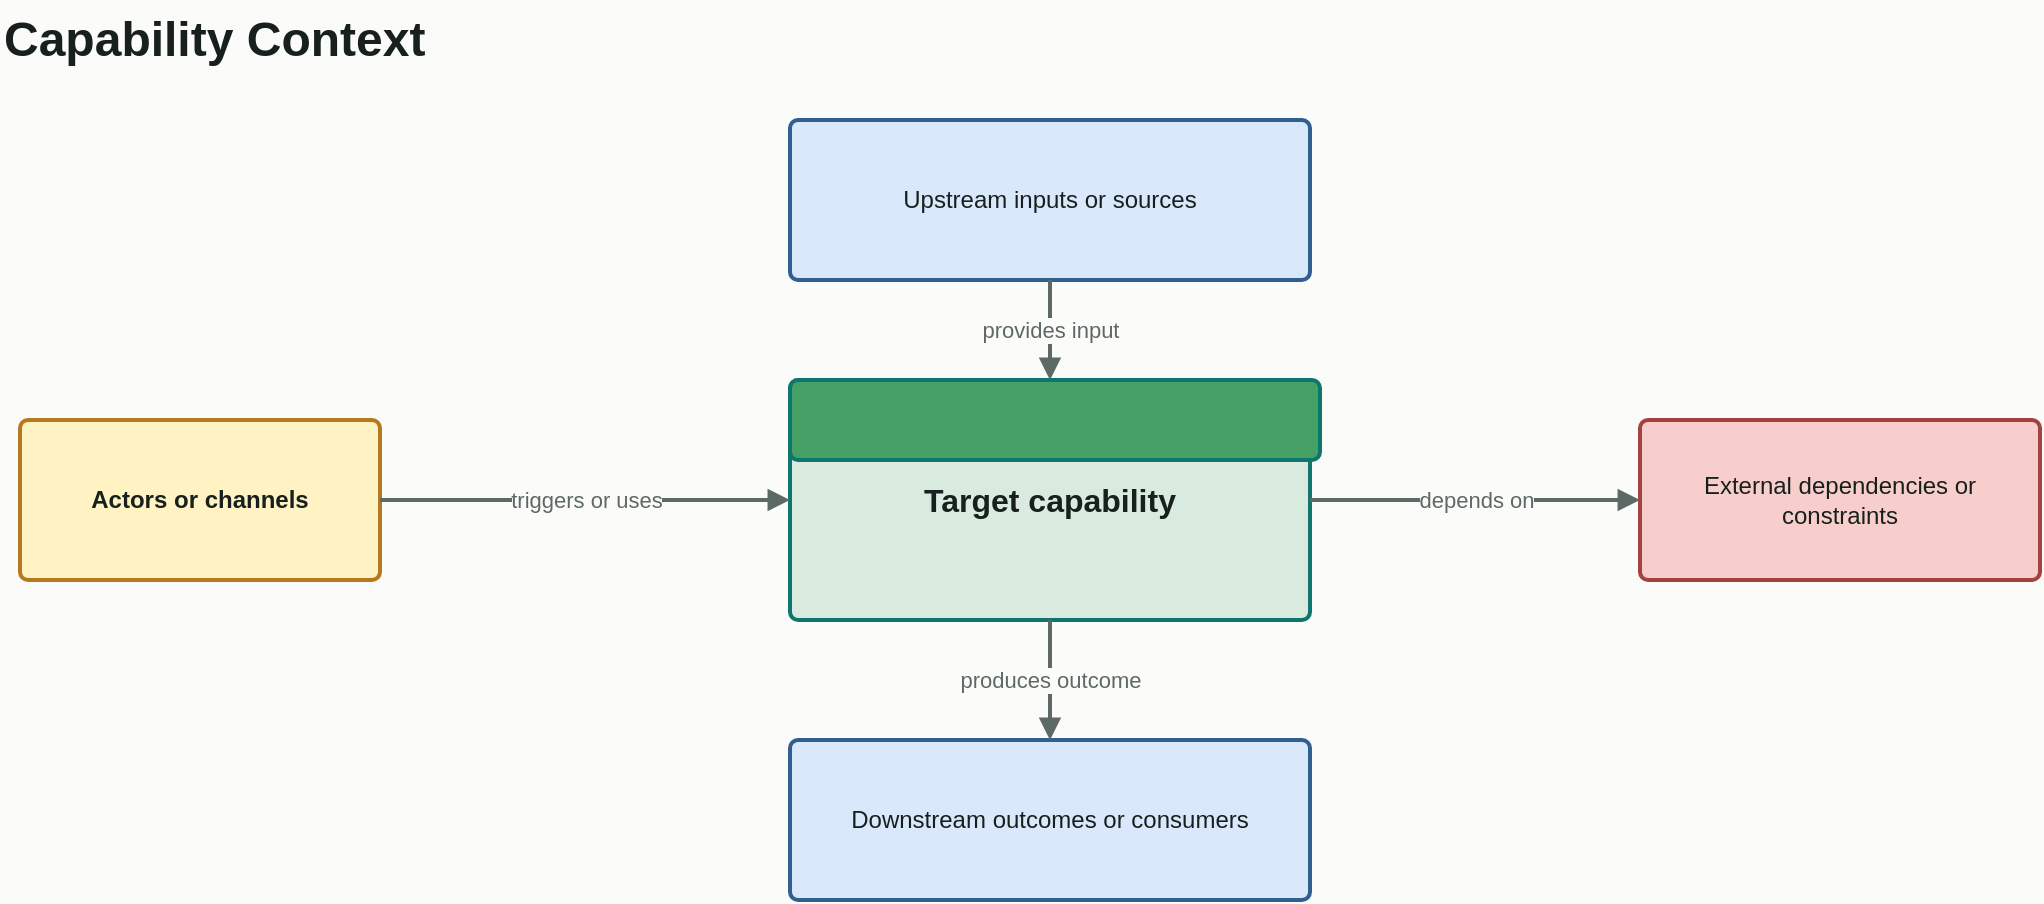
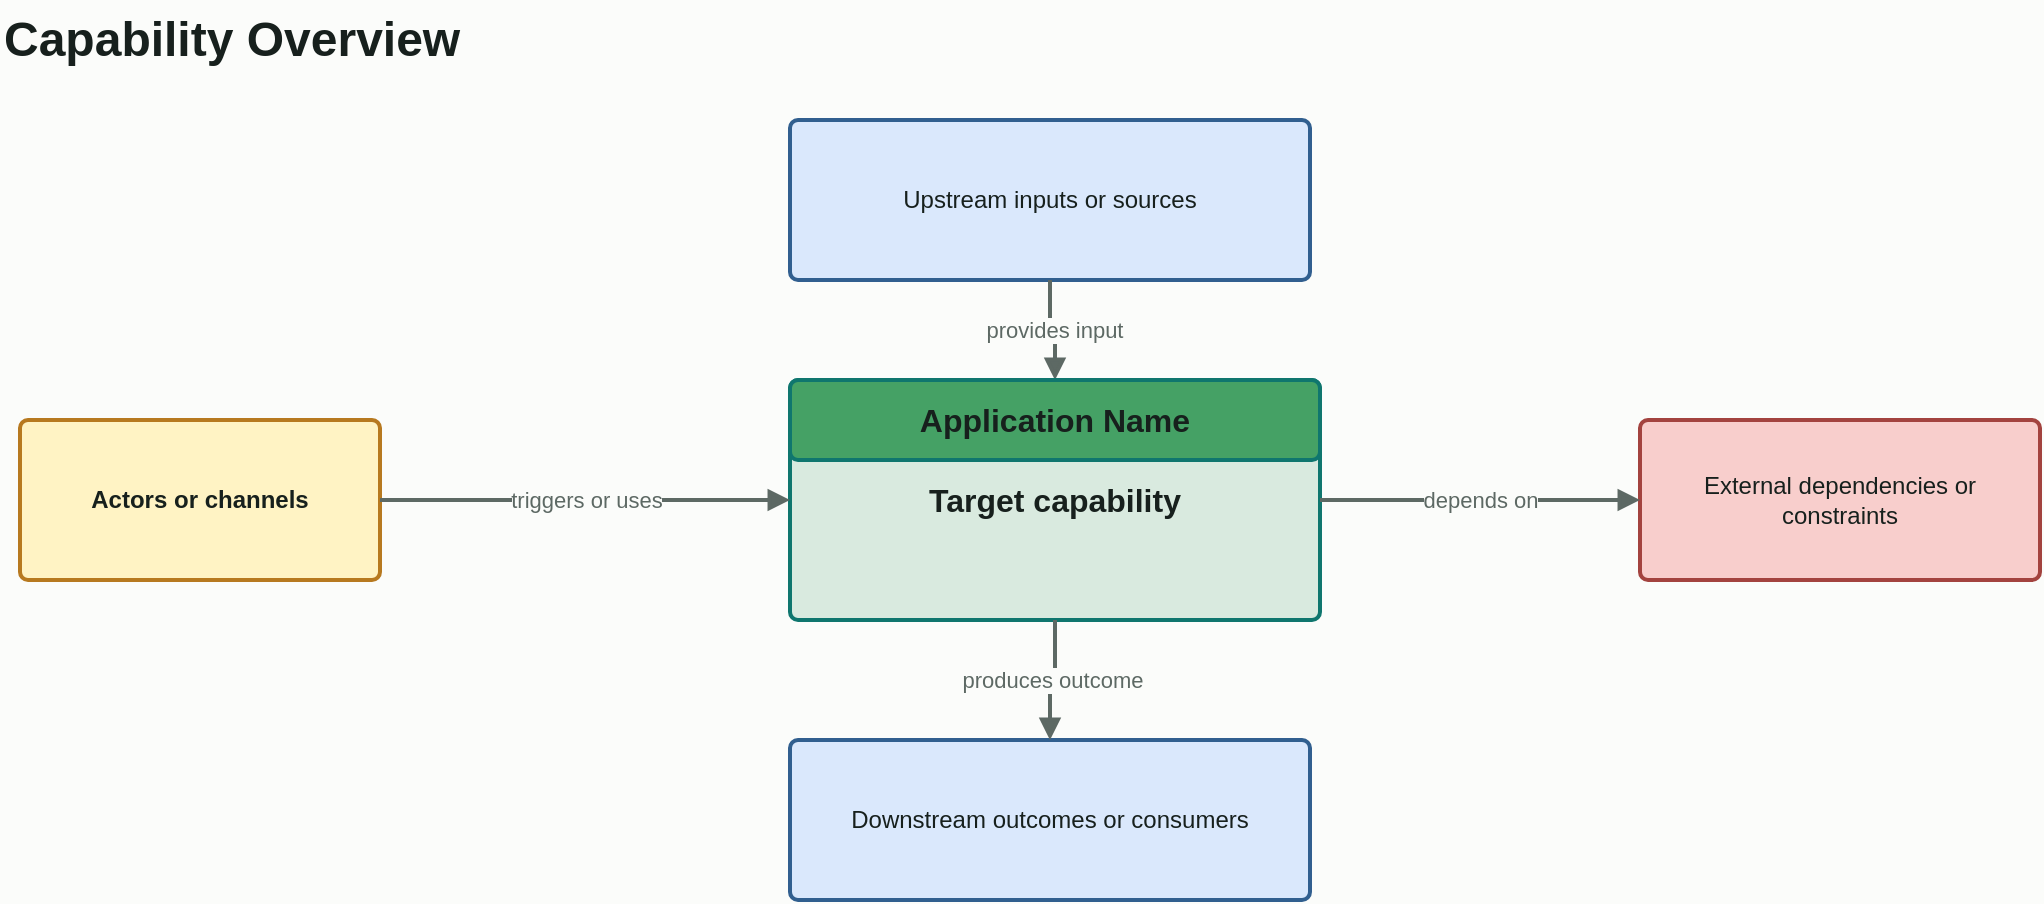
<mxfile host="Electron" agent="AI Architecture Toolkit">
  <diagram id="capability-context" name="Capability Context">
    <mxGraphModel dx="1006" dy="748" grid="1" gridSize="10" guides="1" tooltips="1" connect="1" arrows="1" fold="1" page="1" pageScale="1" pageWidth="1169" pageHeight="827" background="#fbfcfa" math="0" shadow="0">
      <root>
        <mxCell id="0" />
        <mxCell id="1" parent="0" />
-         <mxCell id="title" parent="1" style="text;html=1;strokeColor=none;fillColor=none;align=left;verticalAlign=middle;fontStyle=1;fontSize=24;fontColor=#17201d;" value="Capability Context" vertex="1">
+         <mxCell id="title" parent="1" style="text;html=1;strokeColor=none;fillColor=none;align=left;verticalAlign=middle;fontStyle=1;fontSize=24;fontColor=#17201d;" value="Capability Overview" vertex="1">
          <mxGeometry height="40" width="420" x="60" y="40" as="geometry" />
        </mxCell>
        <mxCell id="actor" parent="1" style="rounded=1;whiteSpace=wrap;html=1;arcSize=8;absoluteArcSize=1;spacing=12;fillColor=#fff3c4;strokeColor=#b7791f;fontColor=#17201d;fontStyle=1;strokeWidth=2;" value="Actors or channels" vertex="1">
          <mxGeometry height="80" width="180" x="70" y="250" as="geometry" />
        </mxCell>
        <mxCell id="capability" parent="1" style="rounded=1;whiteSpace=wrap;html=1;arcSize=8;absoluteArcSize=1;spacing=12;fillColor=#d9eadf;strokeColor=#0f766e;fontColor=#17201d;fontStyle=1;fontSize=16;strokeWidth=2;" value="Target capability" vertex="1">
-           <mxGeometry height="120" width="260" x="455" y="230" as="geometry" />
+           <mxGeometry height="120" width="265" x="455" y="230" as="geometry" />
        </mxCell>
        <mxCell id="upstream" parent="1" style="rounded=1;whiteSpace=wrap;html=1;arcSize=8;absoluteArcSize=1;spacing=12;fillColor=#dae8fc;strokeColor=#315f8f;fontColor=#17201d;strokeWidth=2;" value="Upstream inputs or sources" vertex="1">
          <mxGeometry height="80" width="260" x="455" y="100" as="geometry" />
        </mxCell>
        <mxCell id="downstream" parent="1" style="rounded=1;whiteSpace=wrap;html=1;arcSize=8;absoluteArcSize=1;spacing=12;fillColor=#dae8fc;strokeColor=#315f8f;fontColor=#17201d;strokeWidth=2;" value="Downstream outcomes or consumers" vertex="1">
          <mxGeometry height="80" width="260" x="455" y="410" as="geometry" />
        </mxCell>
        <mxCell id="external" parent="1" style="rounded=1;whiteSpace=wrap;html=1;arcSize=8;absoluteArcSize=1;spacing=12;fillColor=#f8cecc;strokeColor=#a3433f;fontColor=#17201d;strokeWidth=2;" value="External dependencies or constraints" vertex="1">
          <mxGeometry height="80" width="200" x="880" y="250" as="geometry" />
        </mxCell>
        <mxCell id="edge-actor-capability" edge="1" parent="1" source="actor" style="edgeStyle=orthogonalEdgeStyle;rounded=0;orthogonalLoop=1;jettySize=auto;html=1;endArrow=block;strokeColor=#5d6964;fontColor=#5d6964;labelBackgroundColor=#fbfcfa;labelBorderColor=none;strokeWidth=2;" target="capability" value="triggers or uses">
          <mxGeometry relative="1" as="geometry" />
        </mxCell>
        <mxCell id="edge-upstream-capability" edge="1" parent="1" source="upstream" style="edgeStyle=orthogonalEdgeStyle;rounded=0;orthogonalLoop=1;jettySize=auto;html=1;endArrow=block;strokeColor=#5d6964;fontColor=#5d6964;labelBackgroundColor=#fbfcfa;labelBorderColor=none;strokeWidth=2;" target="capability" value="provides input">
          <mxGeometry relative="1" as="geometry" />
        </mxCell>
        <mxCell id="edge-capability-downstream" edge="1" parent="1" source="capability" style="edgeStyle=orthogonalEdgeStyle;rounded=0;orthogonalLoop=1;jettySize=auto;html=1;endArrow=block;strokeColor=#5d6964;fontColor=#5d6964;labelBackgroundColor=#fbfcfa;labelBorderColor=none;strokeWidth=2;" target="downstream" value="produces outcome">
          <mxGeometry relative="1" as="geometry" />
        </mxCell>
        <mxCell id="edge-capability-external" edge="1" parent="1" source="capability" style="edgeStyle=orthogonalEdgeStyle;rounded=0;orthogonalLoop=1;jettySize=auto;html=1;endArrow=block;strokeColor=#5d6964;fontColor=#5d6964;labelBackgroundColor=#fbfcfa;labelBorderColor=none;strokeWidth=2;" target="external" value="depends on">
          <mxGeometry relative="1" as="geometry" />
        </mxCell>
-         <mxCell id="wtTJ4m9Lci7Y-lzfFHPa-1" parent="1" style="rounded=1;whiteSpace=wrap;html=1;strokeColor=#0f766e;strokeWidth=2;align=center;verticalAlign=middle;spacing=12;arcSize=8;absoluteArcSize=1;fontFamily=Helvetica;fontSize=16;fontColor=#17201d;fontStyle=1;fillColor=light-dark(#45a165, #1d2c23);" value="" vertex="1">
+         <mxCell id="wtTJ4m9Lci7Y-lzfFHPa-1" parent="1" style="rounded=1;whiteSpace=wrap;html=1;strokeColor=#0f766e;strokeWidth=2;align=center;verticalAlign=middle;spacing=12;arcSize=8;absoluteArcSize=1;fontFamily=Helvetica;fontSize=16;fontColor=#17201d;fontStyle=1;fillColor=light-dark(#45a165, #1d2c23);" value="Application Name" vertex="1">
          <mxGeometry height="40" width="265" x="455" y="230" as="geometry" />
        </mxCell>
      </root>
    </mxGraphModel>
  </diagram>
</mxfile>
